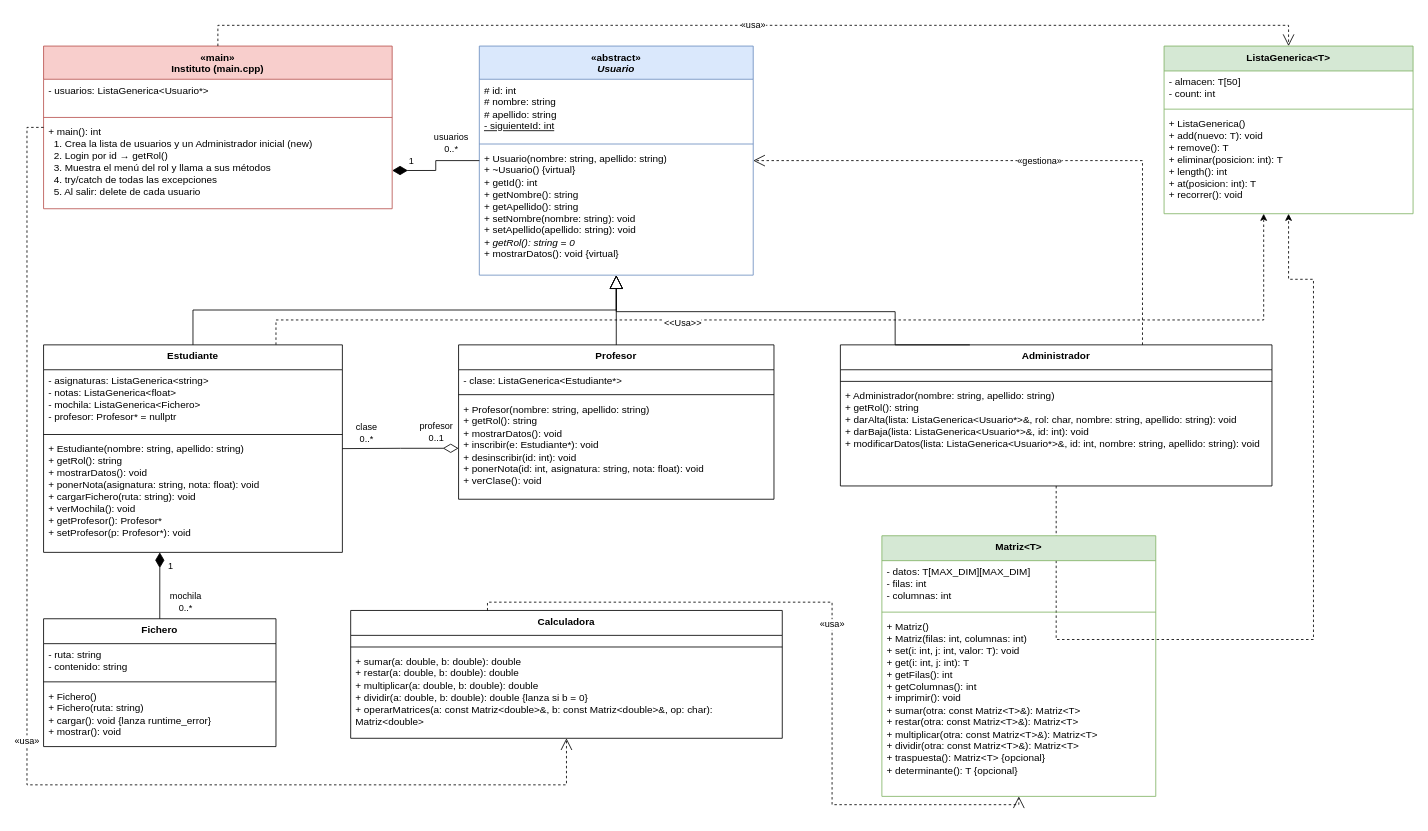
The draw.io diagram Diagrama UML.drawio in Adrian-Duque/Instituto, before the edit. Source tidied: cells renumbered, new cells numbered last; positions are measured from the earlier drawing's top-left corner, leaving out a move shared by most shapes. Both pictures are drawn from the tidied source at 83%, with x=0, y=0 at pixel (27, 25).
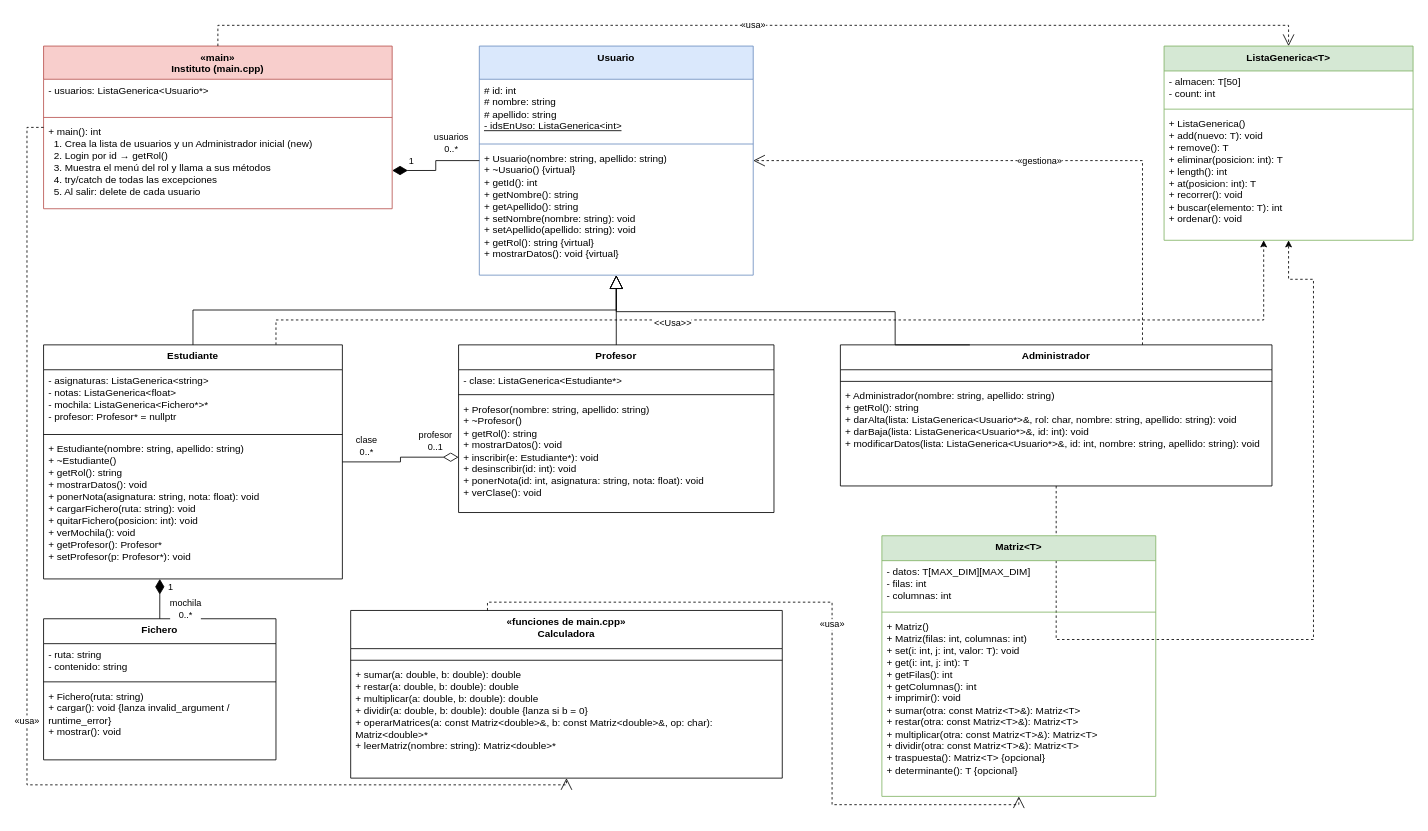
Above is the later version.

Change to the diagram source:
```diff
@@
-    <mxCell id="6" value="«abstract»&lt;br&gt;&lt;i&gt;Usuario&lt;/i&gt;" style="swimlane;fontStyle=1;align=center;verticalAlign=top;horizontal=1;startSize=40;whiteSpace=wrap;html=1;fillColor=#dae8fc;strokeColor=#6c8ebf;" parent="1" vertex="1">
+    <mxCell id="6" value="Usuario" style="swimlane;fontStyle=1;align=center;verticalAlign=top;horizontal=1;startSize=40;whiteSpace=wrap;html=1;fillColor=#dae8fc;strokeColor=#6c8ebf;" parent="1" vertex="1">
       <mxGeometry x="545" y="25" width="330" height="276" as="geometry" />
     </mxCell>
-    <mxCell id="7" value="# id: int&lt;br&gt;# nombre: string&lt;br&gt;# apellido: string&lt;br&gt;&lt;u&gt;- siguienteId: int&lt;/u&gt;" style="text;strokeColor=none;fillColor=none;align=left;verticalAlign=top;spacingLeft=4;spacingRight=4;overflow=hidden;whiteSpace=wrap;html=1;" parent="6" vertex="1">
+    <mxCell id="7" value="# id: int&lt;br&gt;# nombre: string&lt;br&gt;# apellido: string&lt;br&gt;&lt;u&gt;- idsEnUso: ListaGenerica&amp;lt;int&amp;gt;&lt;/u&gt;" style="text;strokeColor=none;fillColor=none;align=left;verticalAlign=top;spacingLeft=4;spacingRight=4;overflow=hidden;whiteSpace=wrap;html=1;" parent="6" vertex="1">
       <mxGeometry y="40" width="330" height="74" as="geometry" />
     </mxCell>
@@
-    <mxCell id="9" value="+ Usuario(nombre: string, apellido: string)&lt;br&gt;+ ~Usuario() {virtual}&lt;br&gt;+ getId(): int&lt;br&gt;+ getNombre(): string&lt;br&gt;+ getApellido(): string&lt;br&gt;+ setNombre(nombre: string): void&lt;br&gt;+ setApellido(apellido: string): void&lt;br&gt;&lt;i&gt;+ getRol(): string = 0&lt;/i&gt;&lt;br&gt;+ mostrarDatos(): void {virtual}" style="text;strokeColor=none;fillColor=none;align=left;verticalAlign=top;spacingLeft=4;spacingRight=4;overflow=hidden;whiteSpace=wrap;html=1;" parent="6" vertex="1">
+    <mxCell id="9" value="+ Usuario(nombre: string, apellido: string)&lt;br&gt;+ ~Usuario() {virtual}&lt;br&gt;+ getId(): int&lt;br&gt;+ getNombre(): string&lt;br&gt;+ getApellido(): string&lt;br&gt;+ setNombre(nombre: string): void&lt;br&gt;+ setApellido(apellido: string): void&lt;br&gt;+ getRol(): string {virtual}&lt;br&gt;+ mostrarDatos(): void {virtual}" style="text;strokeColor=none;fillColor=none;align=left;verticalAlign=top;spacingLeft=4;spacingRight=4;overflow=hidden;whiteSpace=wrap;html=1;" parent="6" vertex="1">
       <mxGeometry y="122" width="330" height="154" as="geometry" />
     </mxCell>
@@
     <mxCell id="12" value="Estudiante" style="swimlane;fontStyle=1;align=center;verticalAlign=top;horizontal=1;startSize=30;whiteSpace=wrap;html=1;" parent="1" vertex="1">
-      <mxGeometry x="20" y="385" width="360" height="250" as="geometry" />
+      <mxGeometry x="20" y="385" width="360" height="282" as="geometry" />
     </mxCell>
-    <mxCell id="13" value="- asignaturas: ListaGenerica&amp;lt;string&amp;gt;&lt;br&gt;- notas: ListaGenerica&amp;lt;float&amp;gt;&lt;br&gt;- mochila: ListaGenerica&amp;lt;Fichero&amp;gt;&lt;br&gt;- profesor: Profesor* = nullptr" style="text;strokeColor=none;fillColor=none;align=left;verticalAlign=top;spacingLeft=4;spacingRight=4;overflow=hidden;whiteSpace=wrap;html=1;" parent="12" vertex="1">
+    <mxCell id="13" value="- asignaturas: ListaGenerica&amp;lt;string&amp;gt;&lt;br&gt;- notas: ListaGenerica&amp;lt;float&amp;gt;&lt;br&gt;- mochila: ListaGenerica&amp;lt;Fichero*&amp;gt;*&lt;br&gt;- profesor: Profesor* = nullptr" style="text;strokeColor=none;fillColor=none;align=left;verticalAlign=top;spacingLeft=4;spacingRight=4;overflow=hidden;whiteSpace=wrap;html=1;" parent="12" vertex="1">
       <mxGeometry y="30" width="360" height="74" as="geometry" />
     </mxCell>
@@
-    <mxCell id="15" value="+ Estudiante(nombre: string, apellido: string)&lt;br&gt;+ getRol(): string&lt;br&gt;+ mostrarDatos(): void&lt;br&gt;+ ponerNota(asignatura: string, nota: float): void&lt;br&gt;+ cargarFichero(ruta: string): void&lt;br&gt;+ verMochila(): void&lt;br&gt;+ getProfesor(): Profesor*&lt;br&gt;+ setProfesor(p: Profesor*): void" style="text;strokeColor=none;fillColor=none;align=left;verticalAlign=top;spacingLeft=4;spacingRight=4;overflow=hidden;whiteSpace=wrap;html=1;" parent="12" vertex="1">
-      <mxGeometry y="112" width="360" height="138" as="geometry" />
+    <mxCell id="15" value="+ Estudiante(nombre: string, apellido: string)&lt;br&gt;+ ~Estudiante()&lt;br&gt;+ getRol(): string&lt;br&gt;+ mostrarDatos(): void&lt;br&gt;+ ponerNota(asignatura: string, nota: float): void&lt;br&gt;+ cargarFichero(ruta: string): void&lt;br&gt;+ quitarFichero(posicion: int): void&lt;br&gt;+ verMochila(): void&lt;br&gt;+ getProfesor(): Profesor*&lt;br&gt;+ setProfesor(p: Profesor*): void" style="text;strokeColor=none;fillColor=none;align=left;verticalAlign=top;spacingLeft=4;spacingRight=4;overflow=hidden;whiteSpace=wrap;html=1;" parent="12" vertex="1">
+      <mxGeometry y="112" width="360" height="170" as="geometry" />
     </mxCell>
     <mxCell id="16" value="Profesor" style="swimlane;fontStyle=1;align=center;verticalAlign=top;horizontal=1;startSize=30;whiteSpace=wrap;html=1;" parent="1" vertex="1">
-      <mxGeometry x="520" y="385" width="380" height="186" as="geometry" />
+      <mxGeometry x="520" y="385" width="380" height="202" as="geometry" />
     </mxCell>
@@
-    <mxCell id="19" value="+ Profesor(nombre: string, apellido: string)&lt;br&gt;+ getRol(): string&lt;br&gt;+ mostrarDatos(): void&lt;br&gt;+ inscribir(e: Estudiante*): void&lt;br&gt;+ desinscribir(id: int): void&lt;br&gt;+ ponerNota(id: int, asignatura: string, nota: float): void&lt;br&gt;+ verClase(): void" style="text;strokeColor=none;fillColor=none;align=left;verticalAlign=top;spacingLeft=4;spacingRight=4;overflow=hidden;whiteSpace=wrap;html=1;" parent="16" vertex="1">
-      <mxGeometry y="64" width="380" height="122" as="geometry" />
+    <mxCell id="19" value="+ Profesor(nombre: string, apellido: string)&lt;br&gt;+ ~Profesor()&lt;br&gt;+ getRol(): string&lt;br&gt;+ mostrarDatos(): void&lt;br&gt;+ inscribir(e: Estudiante*): void&lt;br&gt;+ desinscribir(id: int): void&lt;br&gt;+ ponerNota(id: int, asignatura: string, nota: float): void&lt;br&gt;+ verClase(): void" style="text;strokeColor=none;fillColor=none;align=left;verticalAlign=top;spacingLeft=4;spacingRight=4;overflow=hidden;whiteSpace=wrap;html=1;" parent="16" vertex="1">
+      <mxGeometry y="64" width="380" height="138" as="geometry" />
     </mxCell>
@@
     <mxCell id="25" value="Fichero" style="swimlane;fontStyle=1;align=center;verticalAlign=top;horizontal=1;startSize=30;whiteSpace=wrap;html=1;" parent="1" vertex="1">
-      <mxGeometry x="20" y="715" width="280" height="154" as="geometry" />
+      <mxGeometry x="20" y="715" width="280" height="170" as="geometry" />
     </mxCell>
@@
-    <mxCell id="28" value="+ Fichero()&lt;br&gt;+ Fichero(ruta: string)&lt;br&gt;+ cargar(): void {lanza runtime_error}&lt;br&gt;+ mostrar(): void" style="text;strokeColor=none;fillColor=none;align=left;verticalAlign=top;spacingLeft=4;spacingRight=4;overflow=hidden;whiteSpace=wrap;html=1;" parent="25" vertex="1">
-      <mxGeometry y="80" width="280" height="74" as="geometry" />
+    <mxCell id="28" value="+ Fichero(ruta: string)&lt;br&gt;+ cargar(): void {lanza invalid_argument / runtime_error}&lt;br&gt;+ mostrar(): void" style="text;strokeColor=none;fillColor=none;align=left;verticalAlign=top;spacingLeft=4;spacingRight=4;overflow=hidden;whiteSpace=wrap;html=1;" parent="25" vertex="1">
+      <mxGeometry y="80" width="280" height="90" as="geometry" />
     </mxCell>
     <mxCell id="29" value="ListaGenerica&amp;lt;T&amp;gt;" style="swimlane;fontStyle=1;align=center;verticalAlign=top;horizontal=1;startSize=30;whiteSpace=wrap;html=1;fillColor=#d5e8d4;strokeColor=#82b366;" parent="1" vertex="1">
-      <mxGeometry x="1370" y="25" width="300" height="202" as="geometry" />
+      <mxGeometry x="1370" y="25" width="300" height="234" as="geometry" />
     </mxCell>
@@
-    <mxCell id="32" value="+ ListaGenerica()&lt;br&gt;+ add(nuevo: T): void&lt;br&gt;+ remove(): T&lt;br&gt;+ eliminar(posicion: int): T&lt;br&gt;+ length(): int&lt;br&gt;+ at(posicion: int): T&lt;br&gt;+ recorrer(): void" style="text;strokeColor=none;fillColor=none;align=left;verticalAlign=top;spacingLeft=4;spacingRight=4;overflow=hidden;points=[[0,0.5],[1,0.5]];portConstraint=eastwest;whiteSpace=wrap;html=1;" parent="29" vertex="1">
-      <mxGeometry y="80" width="300" height="122" as="geometry" />
+    <mxCell id="32" value="+ ListaGenerica()&lt;br&gt;+ add(nuevo: T): void&lt;br&gt;+ remove(): T&lt;br&gt;+ eliminar(posicion: int): T&lt;br&gt;+ length(): int&lt;br&gt;+ at(posicion: int): T&lt;br&gt;+ recorrer(): void&lt;br&gt;+ buscar(elemento: T): int&lt;br&gt;+ ordenar(): void" style="text;strokeColor=none;fillColor=none;align=left;verticalAlign=top;spacingLeft=4;spacingRight=4;overflow=hidden;points=[[0,0.5],[1,0.5]];portConstraint=eastwest;whiteSpace=wrap;html=1;" parent="29" vertex="1">
+      <mxGeometry y="80" width="300" height="154" as="geometry" />
     </mxCell>
@@
-    <mxCell id="37" value="Calculadora" style="swimlane;fontStyle=1;align=center;verticalAlign=top;horizontal=1;startSize=30;whiteSpace=wrap;html=1;" parent="1" vertex="1">
-      <mxGeometry x="390" y="705" width="520" height="154" as="geometry" />
+    <mxCell id="37" value="«funciones de main.cpp»&lt;br&gt;Calculadora" style="swimlane;fontStyle=1;align=center;verticalAlign=top;horizontal=1;startSize=46;whiteSpace=wrap;html=1;" parent="1" vertex="1">
+      <mxGeometry x="390" y="705" width="520" height="202" as="geometry" />
     </mxCell>
     <mxCell id="38" style="text;strokeColor=none;fillColor=none;align=left;verticalAlign=top;spacingLeft=4;spacingRight=4;overflow=hidden;whiteSpace=wrap;html=1;" parent="37" vertex="1">
-      <mxGeometry y="30" width="520" height="10" as="geometry" />
+      <mxGeometry y="46" width="520" height="10" as="geometry" />
     </mxCell>
     <mxCell id="39" style="line;strokeWidth=1;fillColor=none;align=left;verticalAlign=middle;spacingTop=-1;spacingLeft=3;spacingRight=3;labelPosition=right;strokeColor=inherit;" parent="37" vertex="1">
-      <mxGeometry y="40" width="520" height="8" as="geometry" />
+      <mxGeometry y="56" width="520" height="8" as="geometry" />
     </mxCell>
-    <mxCell id="40" value="+ sumar(a: double, b: double): double&lt;br&gt;+ restar(a: double, b: double): double&lt;br&gt;+ multiplicar(a: double, b: double): double&lt;br&gt;+ dividir(a: double, b: double): double {lanza si b = 0}&lt;br&gt;+ operarMatrices(a: const Matriz&amp;lt;double&amp;gt;&amp;amp;, b: const Matriz&amp;lt;double&amp;gt;&amp;amp;, op: char): Matriz&amp;lt;double&amp;gt;" style="text;strokeColor=none;fillColor=none;align=left;verticalAlign=top;spacingLeft=4;spacingRight=4;overflow=hidden;whiteSpace=wrap;html=1;" parent="37" vertex="1">
-      <mxGeometry y="48" width="520" height="106" as="geometry" />
+    <mxCell id="40" value="+ sumar(a: double, b: double): double&lt;br&gt;+ restar(a: double, b: double): double&lt;br&gt;+ multiplicar(a: double, b: double): double&lt;br&gt;+ dividir(a: double, b: double): double {lanza si b = 0}&lt;br&gt;+ operarMatrices(a: const Matriz&amp;lt;double&amp;gt;&amp;amp;, b: const Matriz&amp;lt;double&amp;gt;&amp;amp;, op: char): Matriz&amp;lt;double&amp;gt;*&lt;br&gt;+ leerMatriz(nombre: string): Matriz&amp;lt;double&amp;gt;*" style="text;strokeColor=none;fillColor=none;align=left;verticalAlign=top;spacingLeft=4;spacingRight=4;overflow=hidden;whiteSpace=wrap;html=1;" parent="37" vertex="1">
+      <mxGeometry y="64" width="520" height="138" as="geometry" />
     </mxCell>
```
